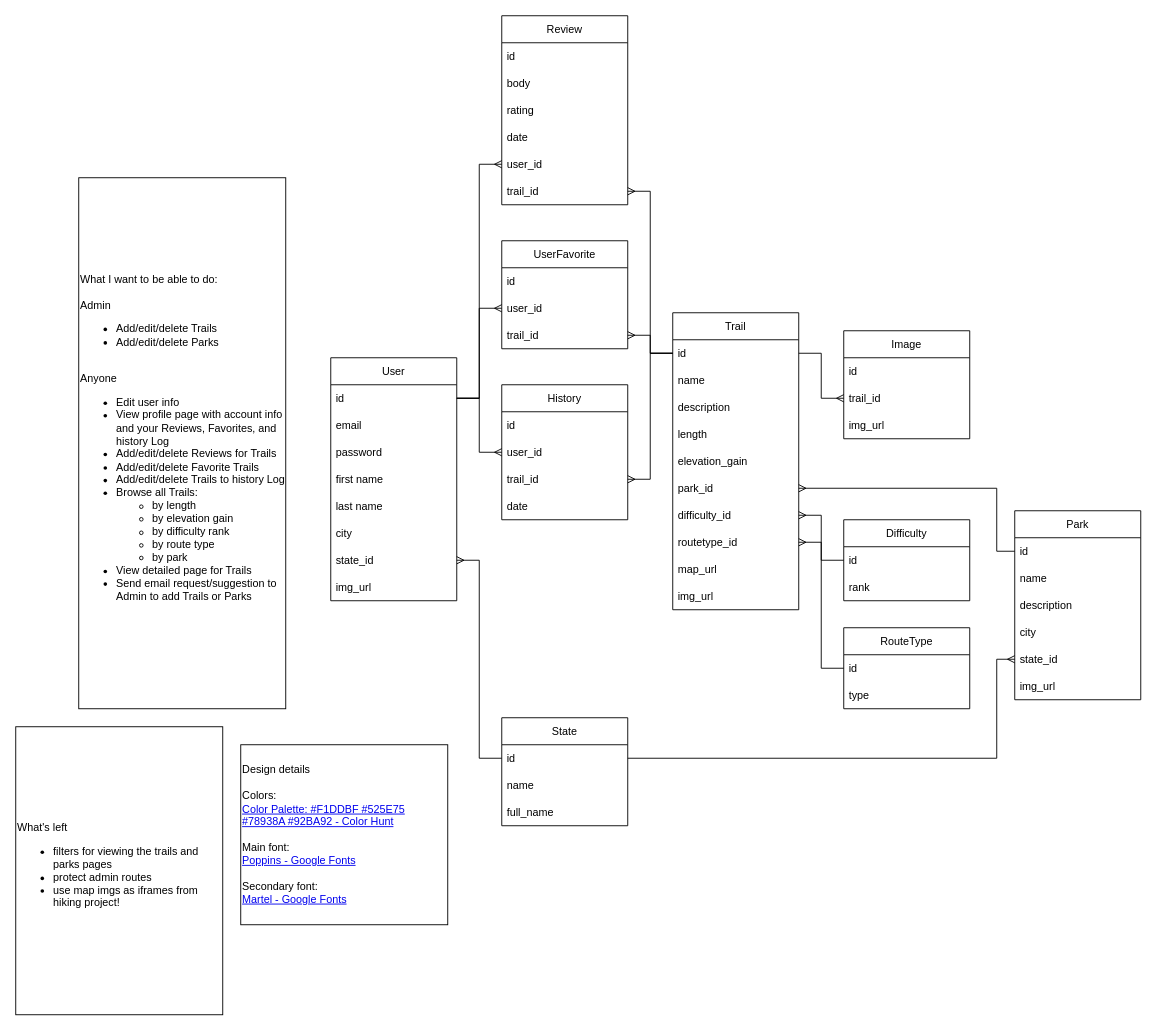
Above: planning/HikingVentures Brainstorming.drawio in gdbecker/HikingVentures (draw.io), before the change. Source tidied: cells renumbered, new cells numbered last; positions are measured from the earlier drawing's top-left corner, leaving out a move shared by most shapes. Both pictures are drawn from the tidied source at 90%, with x=0, y=0 at pixel (15, 15).
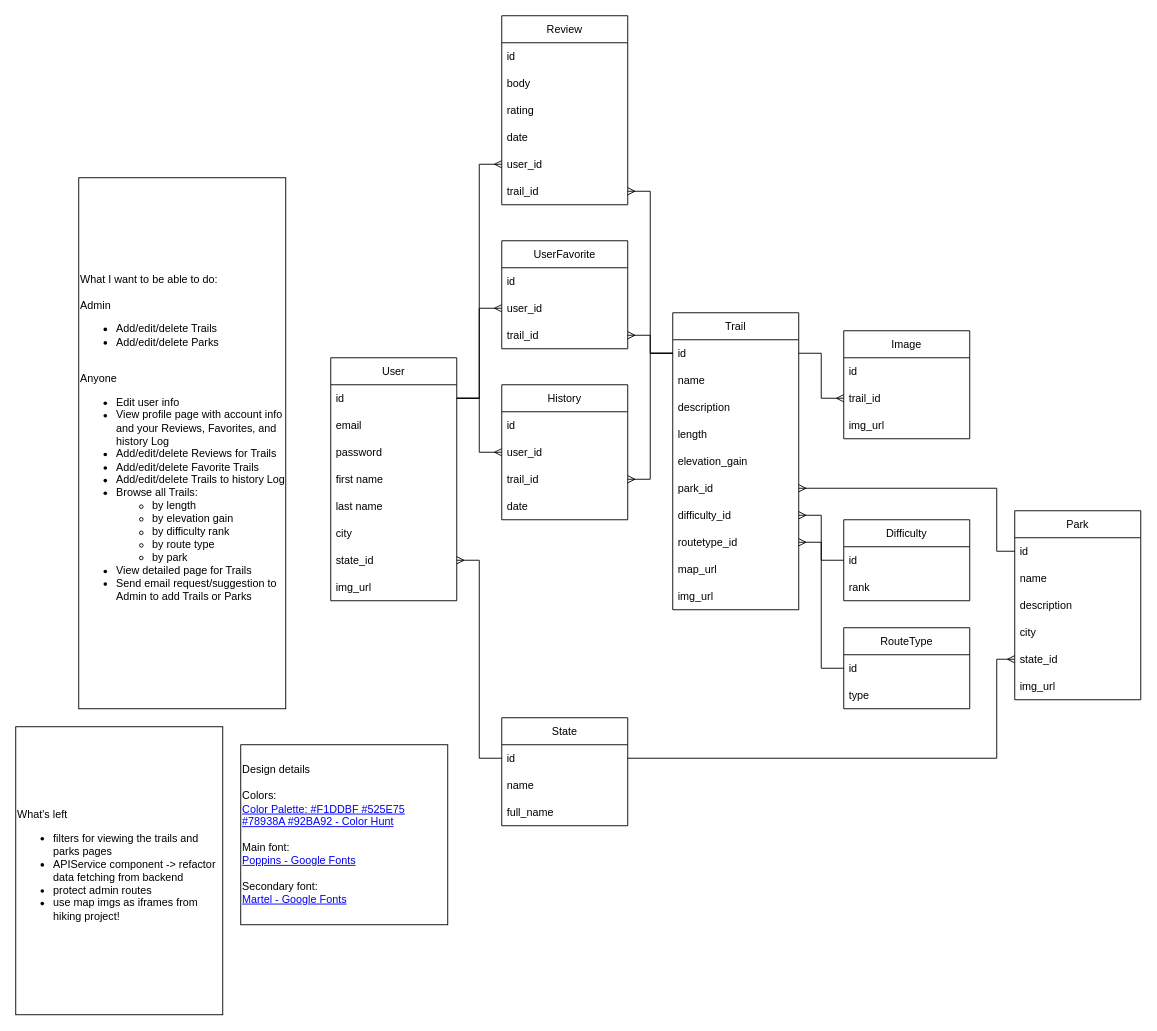
Above is the later version.

What changed in the source:
```diff
@@
-    <mxCell id="73" value="What's left&lt;br&gt;&lt;ul&gt;&lt;li&gt;filters for viewing the trails and parks pages&lt;/li&gt;&lt;li&gt;protect admin routes&lt;/li&gt;&lt;li&gt;use map imgs as iframes from hiking project!&lt;/li&gt;&lt;/ul&gt;" style="rounded=0;whiteSpace=wrap;html=1;align=left;" parent="1" vertex="1">
+    <mxCell id="73" value="What's left&lt;br&gt;&lt;ul&gt;&lt;li&gt;filters for viewing the trails and parks pages&lt;/li&gt;&lt;li&gt;APIService component -&amp;gt; refactor data fetching from backend&lt;/li&gt;&lt;li&gt;protect admin routes&lt;/li&gt;&lt;li&gt;use map imgs as iframes from hiking project!&lt;/li&gt;&lt;/ul&gt;" style="rounded=0;whiteSpace=wrap;html=1;align=left;" parent="1" vertex="1">
       <mxGeometry y="790" width="230" height="320" as="geometry" />
     </mxCell>
```
